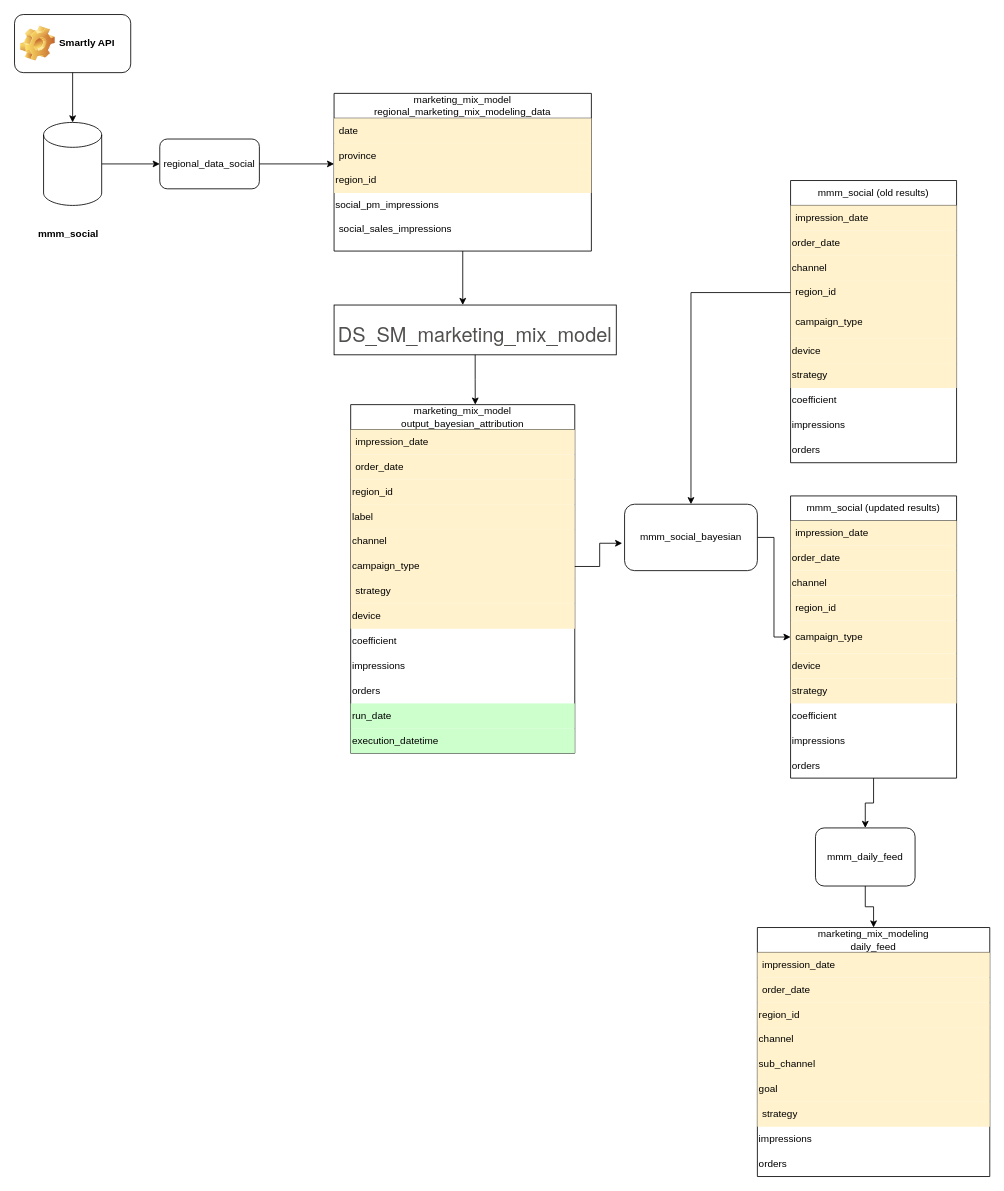
Above: page "Social" (8 of 8) of mmm/mmm_dag.drawio in aram-koorn/coolblue-diagrams (draw.io), before the change. Source tidied: cells renumbered, new cells numbered last; positions are measured from the earlier drawing's top-left corner, leaving out a move shared by most shapes. Both pictures are drawn from the tidied source at 83%, with x=0, y=0 at pixel (14, 14). Pictures stored in the file or linked from it are replaced by grey dashed boxes.
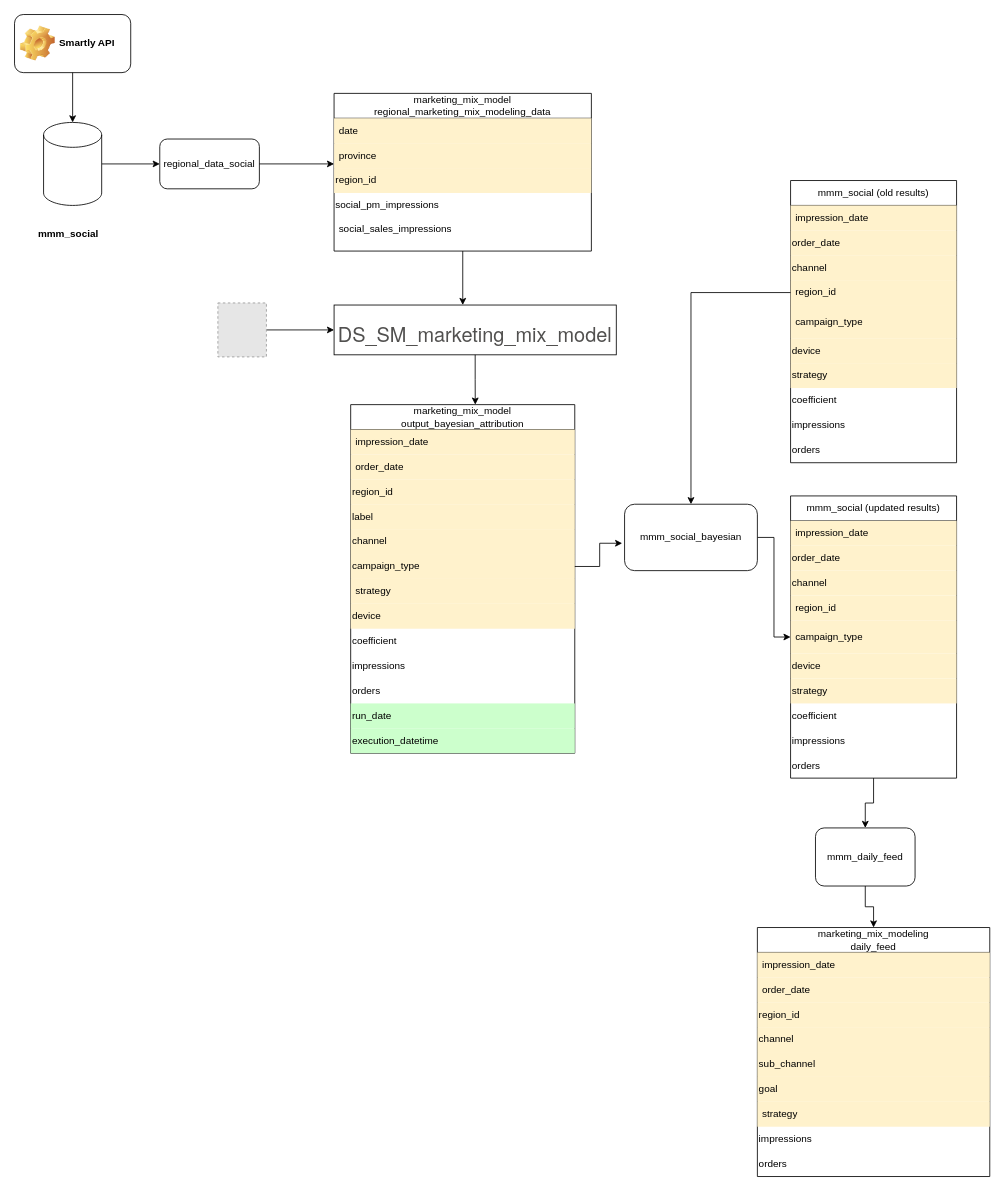
After the change.

Unchanged cells that the change refers to:
```xml
<mxCell id="15" value="&lt;h3 style=&quot;box-sizing: border-box; font-family: &amp;quot;Helvetica Neue&amp;quot;, Helvetica, Arial, sans-serif; font-weight: 500; line-height: 1.1; color: rgb(81, 80, 79); margin-top: 20px; margin-bottom: 10px; font-size: 24px; text-align: start; background-color: rgb(255, 255, 255);&quot; class=&quot;pull-left&quot;&gt;DS_SM_marketing_mix_model&lt;/h3&gt;" style="rounded=0;whiteSpace=wrap;html=1;" parent="1" vertex="1">
  <mxGeometry x="385" y="350" width="340" height="60" as="geometry" />
</mxCell>
```

What changed in the source:
```diff
@@
+    <mxCell id="71" style="edgeStyle=orthogonalEdgeStyle;rounded=0;jettySize=auto;html=1;" parent="1" edge="1" source="72" target="15">
+      <mxGeometry relative="1" as="geometry" />
+    </mxCell>
+    <mxCell id="72" style="fillColor=#E6E6E6;strokeColor=#999999;dashed=1;html=1;verticalLabelPosition=bottom;labelBackgroundColor=#ffffff;verticalAlign=top;" parent="1" vertex="1">
+      <mxGeometry x="245" y="347.5" width="58.5" height="65" as="geometry" />
+    </mxCell>
```
